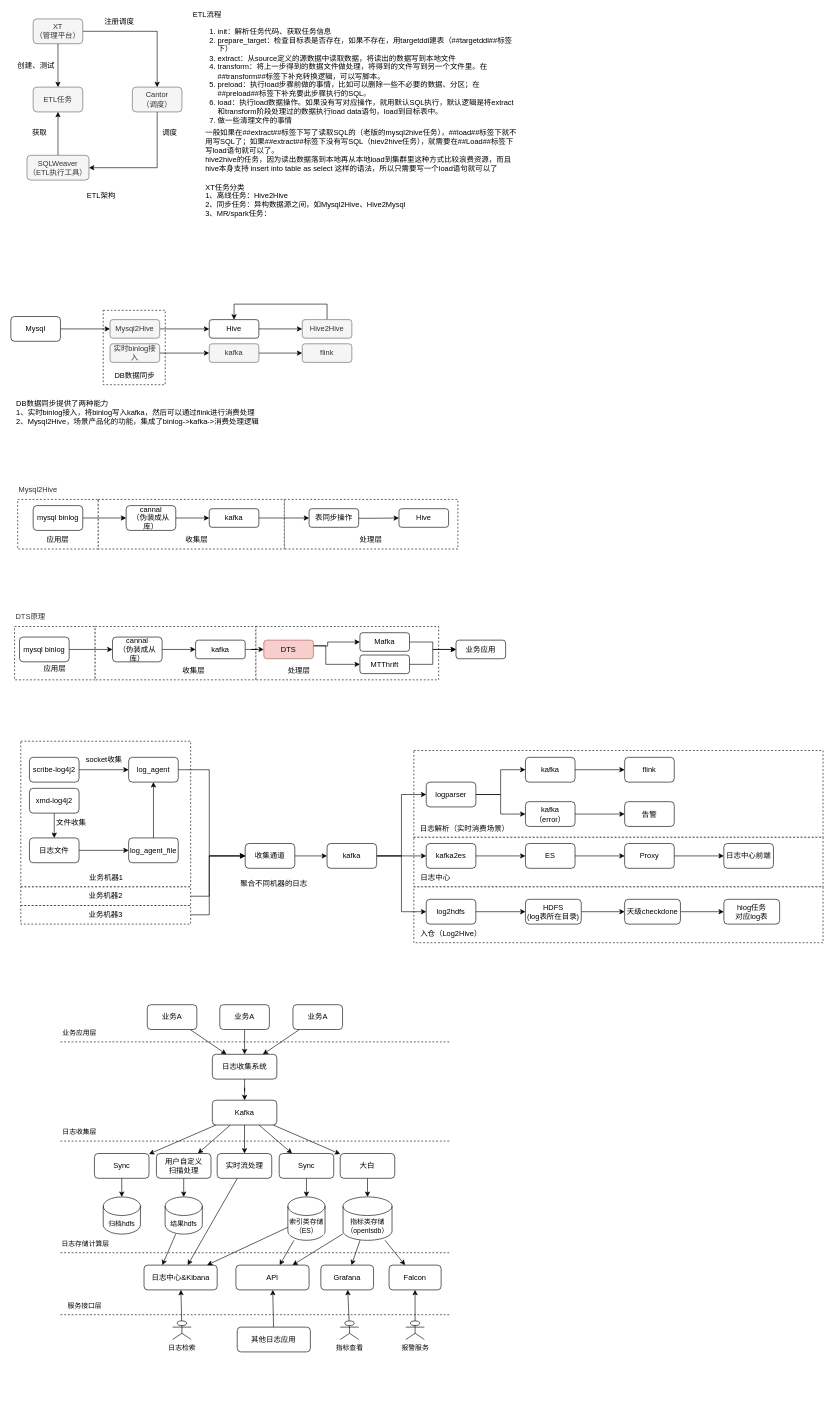
The draw.io diagram MT数据架构.drawio in yamilinqh/spicedb, before the edit. Source tidied: cells renumbered, new cells numbered last; positions are measured from the earlier drawing's top-left corner, leaving out a move shared by most shapes. Both pictures are drawn from the tidied source at 62%, with x=0, y=0 at pixel (11, 12).
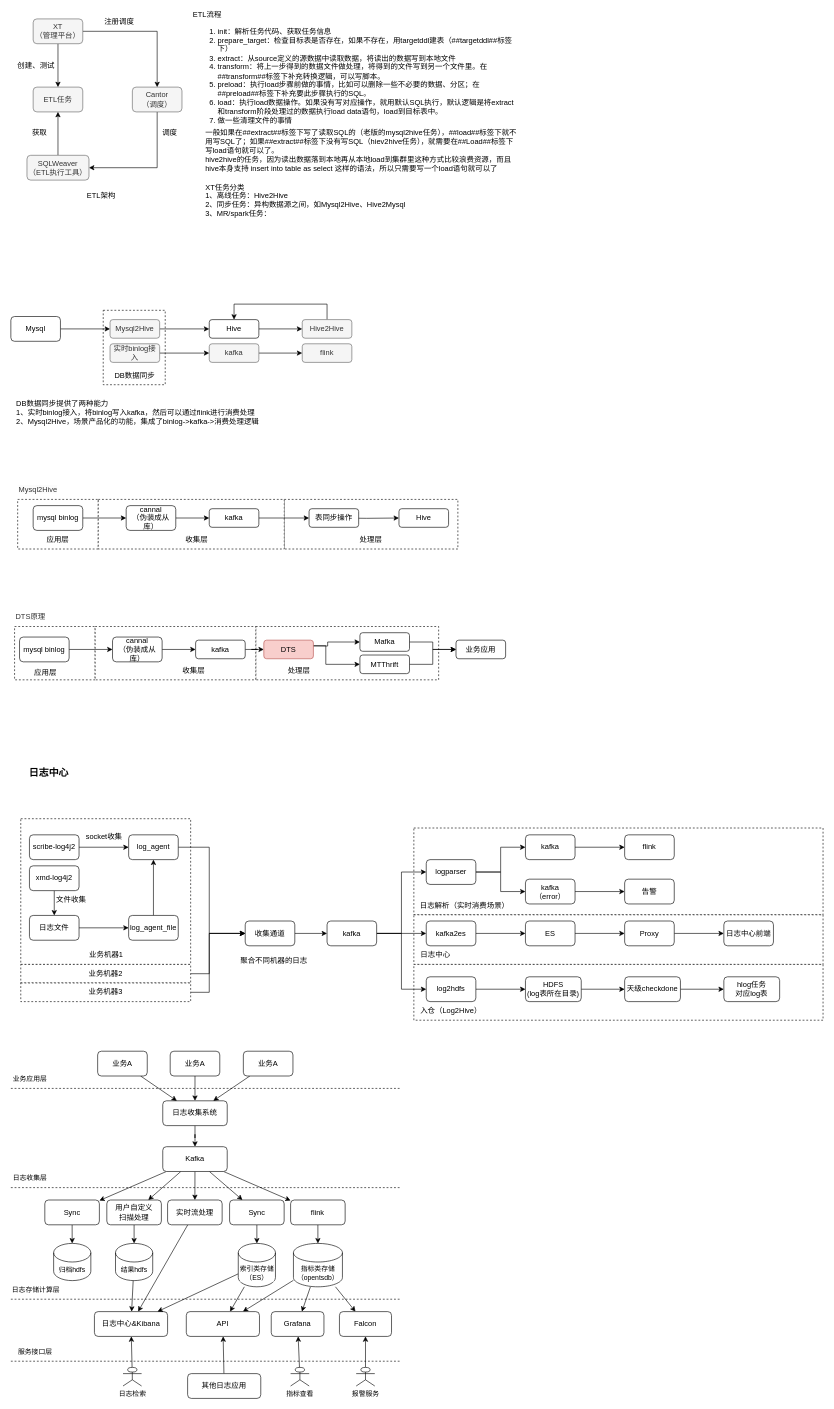
The same diagram, later.

Diff of the diagram source:
```diff
@@
     <mxCell id="2" style="rounded=0;whiteSpace=wrap;html=1;dashed=1;" parent="1" vertex="1">
-      <mxGeometry x="650" y="1190" width="660" height="140" as="geometry" />
+      <mxGeometry x="650" y="1315" width="660" height="140" as="geometry" />
     </mxCell>
     <mxCell id="3" style="rounded=0;whiteSpace=wrap;html=1;dashed=1;" parent="1" vertex="1">
-      <mxGeometry x="650" y="1330" width="660" height="80" as="geometry" />
+      <mxGeometry x="650" y="1455" width="660" height="80" as="geometry" />
     </mxCell>
     <mxCell id="4" value="日志中心" style="text;html=1;align=center;verticalAlign=middle;whiteSpace=wrap;rounded=0;" parent="1" vertex="1">
-      <mxGeometry x="653" y="1380" width="64" height="30" as="geometry" />
+      <mxGeometry x="653" y="1505" width="64" height="30" as="geometry" />
     </mxCell>
     <mxCell id="5" style="rounded=0;whiteSpace=wrap;html=1;dashed=1;" parent="1" vertex="1">
-      <mxGeometry x="650" y="1410" width="660" height="90" as="geometry" />
+      <mxGeometry x="650" y="1535" width="660" height="90" as="geometry" />
     </mxCell>
     <mxCell id="6" style="rounded=0;whiteSpace=wrap;html=1;dashed=1;" parent="1" vertex="1">
-      <mxGeometry x="16" y="1175" width="274" height="235" as="geometry" />
+      <mxGeometry x="16" y="1300" width="274" height="235" as="geometry" />
     </mxCell>
@@
     <mxCell id="57" value="应用层" style="text;html=1;align=center;verticalAlign=middle;whiteSpace=wrap;rounded=0;" parent="1" vertex="1">
-      <mxGeometry x="41" y="1046" width="60" height="24" as="geometry" />
+      <mxGeometry x="26" y="1052" width="60" height="24" as="geometry" />
     </mxCell>
@@
     <mxCell id="77" value="scribe-log4j2" style="rounded=1;whiteSpace=wrap;html=1;" parent="1" vertex="1">
-      <mxGeometry x="30" y="1201" width="80" height="40" as="geometry" />
+      <mxGeometry x="30" y="1326" width="80" height="40" as="geometry" />
     </mxCell>
     <mxCell id="78" style="edgeStyle=orthogonalEdgeStyle;rounded=0;jettySize=auto;html=1;" parent="1" edge="1" source="79" target="87">
       <mxGeometry relative="1" as="geometry">
         <Array as="points">
-          <mxPoint x="320" y="1221" />
-          <mxPoint x="320" y="1360" />
+          <mxPoint x="320" y="1346" />
+          <mxPoint x="320" y="1485" />
         </Array>
       </mxGeometry>
     </mxCell>
     <mxCell id="79" value="log_agent" style="rounded=1;whiteSpace=wrap;html=1;" parent="1" vertex="1">
-      <mxGeometry x="190" y="1201" width="80" height="40" as="geometry" />
+      <mxGeometry x="190" y="1326" width="80" height="40" as="geometry" />
     </mxCell>
@@
     <mxCell id="81" value="xmd-log4j2" style="rounded=1;whiteSpace=wrap;html=1;" parent="1" vertex="1">
-      <mxGeometry x="30" y="1251" width="80" height="40" as="geometry" />
+      <mxGeometry x="30" y="1376" width="80" height="40" as="geometry" />
     </mxCell>
@@
     <mxCell id="83" value="日志文件" style="rounded=1;whiteSpace=wrap;html=1;" parent="1" vertex="1">
-      <mxGeometry x="30" y="1331" width="80" height="40" as="geometry" />
+      <mxGeometry x="30" y="1456" width="80" height="40" as="geometry" />
     </mxCell>
@@
     <mxCell id="85" value="log_agent_file" style="rounded=1;whiteSpace=wrap;html=1;" parent="1" vertex="1">
-      <mxGeometry x="190" y="1331" width="80" height="40" as="geometry" />
+      <mxGeometry x="190" y="1456" width="80" height="40" as="geometry" />
     </mxCell>
@@
     <mxCell id="87" value="收集通道" style="rounded=1;whiteSpace=wrap;html=1;" parent="1" vertex="1">
-      <mxGeometry x="378" y="1340" width="80" height="40" as="geometry" />
+      <mxGeometry x="378" y="1465" width="80" height="40" as="geometry" />
     </mxCell>
@@
     <mxCell id="91" value="kafka" style="rounded=1;whiteSpace=wrap;html=1;" parent="1" vertex="1">
-      <mxGeometry x="510" y="1340" width="80" height="40" as="geometry" />
+      <mxGeometry x="510" y="1465" width="80" height="40" as="geometry" />
     </mxCell>
     <mxCell id="92" value="socket收集" style="text;html=1;align=center;verticalAlign=middle;strokeColor=none;fillColor=none;" parent="1" vertex="1">
-      <mxGeometry x="110" y="1190" width="80" height="30" as="geometry" />
+      <mxGeometry x="110" y="1315" width="80" height="30" as="geometry" />
     </mxCell>
     <mxCell id="93" value="文件收集" style="text;html=1;align=center;verticalAlign=middle;strokeColor=none;fillColor=none;" parent="1" vertex="1">
-      <mxGeometry x="62" y="1291" width="70" height="30" as="geometry" />
+      <mxGeometry x="62" y="1416" width="70" height="30" as="geometry" />
     </mxCell>
     <mxCell id="94" value="业务机器1" style="text;html=1;align=center;verticalAlign=middle;whiteSpace=wrap;rounded=0;" parent="1" vertex="1">
-      <mxGeometry x="124" y="1380" width="60" height="30" as="geometry" />
+      <mxGeometry x="124" y="1505" width="60" height="30" as="geometry" />
     </mxCell>
     <mxCell id="95" style="edgeStyle=orthogonalEdgeStyle;rounded=0;jettySize=auto;html=1;entryX=0;entryY=0.5;entryDx=0;entryDy=0;" parent="1" edge="1" source="96" target="87">
       <mxGeometry relative="1" as="geometry">
         <Array as="points">
-          <mxPoint x="320" y="1425" />
-          <mxPoint x="320" y="1360" />
+          <mxPoint x="320" y="1550" />
+          <mxPoint x="320" y="1485" />
         </Array>
       </mxGeometry>
     </mxCell>
     <mxCell id="96" value="业务机器2" style="rounded=0;whiteSpace=wrap;html=1;dashed=1;" parent="1" vertex="1">
-      <mxGeometry x="16" y="1410" width="274" height="30" as="geometry" />
+      <mxGeometry x="16" y="1535" width="274" height="30" as="geometry" />
     </mxCell>
     <mxCell id="97" style="edgeStyle=orthogonalEdgeStyle;rounded=0;jettySize=auto;html=1;" parent="1" edge="1" source="98" target="87">
       <mxGeometry relative="1" as="geometry">
         <Array as="points">
-          <mxPoint x="320" y="1455" />
-          <mxPoint x="320" y="1360" />
+          <mxPoint x="320" y="1580" />
+          <mxPoint x="320" y="1485" />
         </Array>
       </mxGeometry>
     </mxCell>
     <mxCell id="98" value="业务机器3" style="rounded=0;whiteSpace=wrap;html=1;dashed=1;" parent="1" vertex="1">
-      <mxGeometry x="16" y="1440" width="274" height="30" as="geometry" />
+      <mxGeometry x="16" y="1565" width="274" height="30" as="geometry" />
     </mxCell>
@@
     <mxCell id="100" value="kafka2es" style="rounded=1;whiteSpace=wrap;html=1;" parent="1" vertex="1">
-      <mxGeometry x="670" y="1340" width="80" height="40" as="geometry" />
+      <mxGeometry x="670" y="1465" width="80" height="40" as="geometry" />
     </mxCell>
@@
     <mxCell id="102" value="ES" style="rounded=1;whiteSpace=wrap;html=1;" parent="1" vertex="1">
-      <mxGeometry x="830" y="1340" width="80" height="40" as="geometry" />
+      <mxGeometry x="830" y="1465" width="80" height="40" as="geometry" />
     </mxCell>
@@
     <mxCell id="104" value="Proxy" style="rounded=1;whiteSpace=wrap;html=1;" parent="1" vertex="1">
-      <mxGeometry x="990" y="1340" width="80" height="40" as="geometry" />
+      <mxGeometry x="990" y="1465" width="80" height="40" as="geometry" />
     </mxCell>
     <mxCell id="105" value="日志中心前端" style="rounded=1;whiteSpace=wrap;html=1;" parent="1" vertex="1">
-      <mxGeometry x="1150" y="1340" width="80" height="40" as="geometry" />
+      <mxGeometry x="1150" y="1465" width="80" height="40" as="geometry" />
     </mxCell>
@@
     <mxCell id="107" value="log2hdfs" style="rounded=1;whiteSpace=wrap;html=1;" parent="1" vertex="1">
-      <mxGeometry x="670" y="1430" width="80" height="40" as="geometry" />
+      <mxGeometry x="670" y="1555" width="80" height="40" as="geometry" />
     </mxCell>
@@
     <mxCell id="109" value="HDFS&lt;br&gt;(log表所在目录)" style="rounded=1;whiteSpace=wrap;html=1;" parent="1" vertex="1">
-      <mxGeometry x="830" y="1430" width="90" height="40" as="geometry" />
+      <mxGeometry x="830" y="1555" width="90" height="40" as="geometry" />
     </mxCell>
@@
     <mxCell id="111" value="天级checkdone" style="rounded=1;whiteSpace=wrap;html=1;" parent="1" vertex="1">
-      <mxGeometry x="990" y="1430" width="90" height="40" as="geometry" />
+      <mxGeometry x="990" y="1555" width="90" height="40" as="geometry" />
     </mxCell>
     <mxCell id="112" value="hlog任务&lt;br&gt;对应log表" style="rounded=1;whiteSpace=wrap;html=1;" parent="1" vertex="1">
-      <mxGeometry x="1150" y="1430" width="90" height="40" as="geometry" />
+      <mxGeometry x="1150" y="1555" width="90" height="40" as="geometry" />
     </mxCell>
@@
     <mxCell id="115" value="logparser" style="rounded=1;whiteSpace=wrap;html=1;" parent="1" vertex="1">
-      <mxGeometry x="670" y="1241" width="80" height="40" as="geometry" />
+      <mxGeometry x="670" y="1366" width="80" height="40" as="geometry" />
     </mxCell>
@@
     <mxCell id="117" value="kafka" style="rounded=1;whiteSpace=wrap;html=1;" parent="1" vertex="1">
-      <mxGeometry x="830" y="1201" width="80" height="40" as="geometry" />
+      <mxGeometry x="830" y="1326" width="80" height="40" as="geometry" />
     </mxCell>
@@
     <mxCell id="119" value="kafka&lt;br&gt;（error）" style="rounded=1;whiteSpace=wrap;html=1;" parent="1" vertex="1">
-      <mxGeometry x="830" y="1272.5" width="80" height="40" as="geometry" />
+      <mxGeometry x="830" y="1397.5" width="80" height="40" as="geometry" />
     </mxCell>
     <mxCell id="120" value="flink" style="rounded=1;whiteSpace=wrap;html=1;" parent="1" vertex="1">
-      <mxGeometry x="990" y="1201" width="80" height="40" as="geometry" />
+      <mxGeometry x="990" y="1326" width="80" height="40" as="geometry" />
     </mxCell>
     <mxCell id="121" value="告警" style="rounded=1;whiteSpace=wrap;html=1;" parent="1" vertex="1">
-      <mxGeometry x="990" y="1272.5" width="80" height="40" as="geometry" />
+      <mxGeometry x="990" y="1397.5" width="80" height="40" as="geometry" />
     </mxCell>
     <mxCell id="122" value="入仓（Log2Hive）" style="text;html=1;align=center;verticalAlign=middle;whiteSpace=wrap;rounded=0;" parent="1" vertex="1">
-      <mxGeometry x="653" y="1470" width="114" height="30" as="geometry" />
+      <mxGeometry x="653" y="1595" width="114" height="30" as="geometry" />
     </mxCell>
     <mxCell id="123" value="日志解析（实时消费场景）" style="text;html=1;align=center;verticalAlign=middle;whiteSpace=wrap;rounded=0;" parent="1" vertex="1">
-      <mxGeometry x="654" y="1301" width="156" height="30" as="geometry" />
+      <mxGeometry x="654" y="1426" width="156" height="30" as="geometry" />
     </mxCell>
     <mxCell id="124" value="聚合不同机器的日志" style="text;html=1;align=center;verticalAlign=middle;whiteSpace=wrap;rounded=0;" parent="1" vertex="1">
-      <mxGeometry x="368" y="1390" width="113" height="30" as="geometry" />
+      <mxGeometry x="368" y="1515" width="113" height="30" as="geometry" />
     </mxCell>
@@
     <mxCell id="126" value="日志收集系统" style="rounded=1;whiteSpace=wrap;html=1;" parent="1" vertex="1">
-      <mxGeometry x="325" y="1680" width="104" height="40" as="geometry" />
+      <mxGeometry x="245" y="1755" width="104" height="40" as="geometry" />
     </mxCell>
@@
     <mxCell id="132" value="Kafka" style="rounded=1;whiteSpace=wrap;html=1;" parent="1" vertex="1">
-      <mxGeometry x="325" y="1754" width="104" height="40" as="geometry" />
+      <mxGeometry x="245" y="1829" width="104" height="40" as="geometry" />
     </mxCell>
@@
     <mxCell id="134" value="业务A" style="rounded=1;whiteSpace=wrap;html=1;" parent="1" vertex="1">
-      <mxGeometry x="220" y="1600" width="80" height="40" as="geometry" />
+      <mxGeometry x="140" y="1675" width="80" height="40" as="geometry" />
     </mxCell>
@@
     <mxCell id="136" value="业务A" style="rounded=1;whiteSpace=wrap;html=1;" parent="1" vertex="1">
-      <mxGeometry x="337" y="1600" width="80" height="40" as="geometry" />
+      <mxGeometry x="257" y="1675" width="80" height="40" as="geometry" />
     </mxCell>
@@
     <mxCell id="138" value="业务A" style="rounded=1;whiteSpace=wrap;html=1;" parent="1" vertex="1">
-      <mxGeometry x="455" y="1600" width="80" height="40" as="geometry" />
+      <mxGeometry x="375" y="1675" width="80" height="40" as="geometry" />
     </mxCell>
@@
     <mxCell id="140" value="Sync" style="rounded=1;whiteSpace=wrap;html=1;" parent="1" vertex="1">
-      <mxGeometry x="134.8" y="1840" width="88" height="40" as="geometry" />
+      <mxGeometry x="54.8" y="1915" width="88" height="40" as="geometry" />
     </mxCell>
@@
     <mxCell id="142" value="用户自定义&lt;br&gt;扫描处理" style="rounded=1;whiteSpace=wrap;html=1;" parent="1" vertex="1">
-      <mxGeometry x="234.8" y="1840" width="88" height="40" as="geometry" />
+      <mxGeometry x="154.8" y="1915" width="88" height="40" as="geometry" />
     </mxCell>
@@
     <mxCell id="144" value="实时流处理" style="rounded=1;whiteSpace=wrap;html=1;" parent="1" vertex="1">
-      <mxGeometry x="332.8" y="1840" width="88" height="40" as="geometry" />
+      <mxGeometry x="252.8" y="1915" width="88" height="40" as="geometry" />
     </mxCell>
@@
     <mxCell id="146" value="Sync" style="rounded=1;whiteSpace=wrap;html=1;" parent="1" vertex="1">
-      <mxGeometry x="432.8" y="1840" width="88" height="40" as="geometry" />
+      <mxGeometry x="352.8" y="1915" width="88" height="40" as="geometry" />
     </mxCell>
@@
-    <mxCell id="148" value="大白" style="rounded=1;whiteSpace=wrap;html=1;" parent="1" vertex="1">
-      <mxGeometry x="531.2" y="1840" width="88" height="40" as="geometry" />
+    <mxCell id="148" value="flink" style="rounded=1;whiteSpace=wrap;html=1;" parent="1" vertex="1">
+      <mxGeometry x="451.2" y="1915" width="88" height="40" as="geometry" />
     </mxCell>
     <mxCell id="149" value="归档hdfs" style="shape=cylinder3;whiteSpace=wrap;html=1;boundedLbl=1;backgroundOutline=1;size=15;fontFamily=Helvetica;fontSize=11;fontColor=default;labelBackgroundColor=default;" parent="1" vertex="1">
-      <mxGeometry x="149" y="1910" width="60" height="60" as="geometry" />
+      <mxGeometry x="69" y="1985" width="60" height="60" as="geometry" />
     </mxCell>
-    <mxCell id="150" style="edgeStyle=none;shape=connector;rounded=0;jettySize=auto;html=1;entryX=0.25;entryY=0;entryDx=0;entryDy=0;strokeColor=default;align=center;verticalAlign=middle;fontFamily=Helvetica;fontSize=11;fontColor=default;labelBackgroundColor=default;endArrow=classic;" parent="1" edge="1" source="151" target="152">
+    <mxCell id="150" style="edgeStyle=none;shape=connector;rounded=0;jettySize=auto;html=1;strokeColor=default;align=center;verticalAlign=middle;fontFamily=Helvetica;fontSize=11;fontColor=default;labelBackgroundColor=default;endArrow=classic;" parent="1" edge="1" source="151" target="152">
       <mxGeometry relative="1" as="geometry" />
     </mxCell>
     <mxCell id="151" value="结果hdfs" style="shape=cylinder3;whiteSpace=wrap;html=1;boundedLbl=1;backgroundOutline=1;size=15;fontFamily=Helvetica;fontSize=11;fontColor=default;labelBackgroundColor=default;" parent="1" vertex="1">
-      <mxGeometry x="248.8" y="1910" width="60" height="60" as="geometry" />
+      <mxGeometry x="168.8" y="1985" width="60" height="60" as="geometry" />
     </mxCell>
     <mxCell id="152" value="日志中心&amp;amp;Kibana" style="rounded=1;whiteSpace=wrap;html=1;" parent="1" vertex="1">
-      <mxGeometry x="214.8" y="2020" width="118" height="40" as="geometry" />
+      <mxGeometry x="134.8" y="2095" width="118" height="40" as="geometry" />
     </mxCell>
@@
     <mxCell id="155" value="索引类存储&lt;br&gt;（ES）" style="shape=cylinder3;whiteSpace=wrap;html=1;boundedLbl=1;backgroundOutline=1;size=15;fontFamily=Helvetica;fontSize=11;fontColor=default;labelBackgroundColor=default;" parent="1" vertex="1">
-      <mxGeometry x="446.8" y="1910" width="60" height="70" as="geometry" />
+      <mxGeometry x="366.8" y="1985" width="60" height="70" as="geometry" />
     </mxCell>
@@
     <mxCell id="159" value="指标类存储&lt;br&gt;（opentsdb）" style="shape=cylinder3;whiteSpace=wrap;html=1;boundedLbl=1;backgroundOutline=1;size=15;fontFamily=Helvetica;fontSize=11;fontColor=default;labelBackgroundColor=default;" parent="1" vertex="1">
-      <mxGeometry x="535.8" y="1910" width="79" height="70" as="geometry" />
+      <mxGeometry x="455.8" y="1985" width="79" height="70" as="geometry" />
     </mxCell>
     <mxCell id="160" value="API" style="rounded=1;whiteSpace=wrap;html=1;" parent="1" vertex="1">
-      <mxGeometry x="363" y="2020" width="118" height="40" as="geometry" />
+      <mxGeometry x="283" y="2095" width="118" height="40" as="geometry" />
     </mxCell>
     <mxCell id="161" value="Grafana" style="rounded=1;whiteSpace=wrap;html=1;" parent="1" vertex="1">
-      <mxGeometry x="500" y="2020" width="85" height="40" as="geometry" />
+      <mxGeometry x="420" y="2095" width="85" height="40" as="geometry" />
     </mxCell>
     <mxCell id="162" value="Falcon" style="rounded=1;whiteSpace=wrap;html=1;" parent="1" vertex="1">
-      <mxGeometry x="610" y="2020" width="84" height="40" as="geometry" />
+      <mxGeometry x="530" y="2095" width="84" height="40" as="geometry" />
     </mxCell>
@@
     <mxCell id="164" value="其他日志应用" style="rounded=1;whiteSpace=wrap;html=1;" parent="1" vertex="1">
-      <mxGeometry x="365.1" y="2120" width="118" height="40" as="geometry" />
+      <mxGeometry x="285.1" y="2195" width="118" height="40" as="geometry" />
     </mxCell>
@@
     <mxCell id="166" value="日志检索" style="shape=umlActor;verticalLabelPosition=bottom;verticalAlign=top;html=1;outlineConnect=0;fontFamily=Helvetica;fontSize=11;fontColor=default;labelBackgroundColor=default;" parent="1" vertex="1">
-      <mxGeometry x="260.9" y="2110" width="30" height="30" as="geometry" />
+      <mxGeometry x="180.9" y="2185" width="30" height="30" as="geometry" />
     </mxCell>
@@
     <mxCell id="168" value="指标查看" style="shape=umlActor;verticalLabelPosition=bottom;verticalAlign=top;html=1;outlineConnect=0;fontFamily=Helvetica;fontSize=11;fontColor=default;labelBackgroundColor=default;" parent="1" vertex="1">
-      <mxGeometry x="531.2" y="2110" width="30" height="30" as="geometry" />
+      <mxGeometry x="451.2" y="2185" width="30" height="30" as="geometry" />
     </mxCell>
@@
     <mxCell id="170" value="报警服务" style="shape=umlActor;verticalLabelPosition=bottom;verticalAlign=top;html=1;outlineConnect=0;fontFamily=Helvetica;fontSize=11;fontColor=default;labelBackgroundColor=default;" parent="1" vertex="1">
-      <mxGeometry x="637" y="2110" width="30" height="30" as="geometry" />
+      <mxGeometry x="557" y="2185" width="30" height="30" as="geometry" />
     </mxCell>
     <mxCell id="171" style="endArrow=none;html=1;rounded=0;strokeColor=default;align=center;verticalAlign=middle;fontFamily=Helvetica;fontSize=11;fontColor=default;labelBackgroundColor=default;dashed=1;" parent="1" edge="1">
       <mxGeometry relative="1" as="geometry">
-        <mxPoint x="80" y="1660" as="sourcePoint" />
-        <mxPoint x="710" y="1660" as="targetPoint" />
+        <mxPoint y="1735" as="sourcePoint" />
+        <mxPoint x="630" y="1735" as="targetPoint" />
       </mxGeometry>
     </mxCell>
     <mxCell id="172" style="endArrow=none;html=1;rounded=0;strokeColor=default;align=center;verticalAlign=middle;fontFamily=Helvetica;fontSize=11;fontColor=default;labelBackgroundColor=default;dashed=1;" parent="1" edge="1">
       <mxGeometry relative="1" as="geometry">
-        <mxPoint x="80" y="1820" as="sourcePoint" />
-        <mxPoint x="710" y="1820" as="targetPoint" />
+        <mxPoint y="1895" as="sourcePoint" />
+        <mxPoint x="630" y="1895" as="targetPoint" />
       </mxGeometry>
     </mxCell>
     <mxCell id="173" style="endArrow=none;html=1;rounded=0;strokeColor=default;align=center;verticalAlign=middle;fontFamily=Helvetica;fontSize=11;fontColor=default;labelBackgroundColor=default;dashed=1;" parent="1" edge="1">
       <mxGeometry relative="1" as="geometry">
-        <mxPoint x="80" y="2000" as="sourcePoint" />
-        <mxPoint x="710" y="2000" as="targetPoint" />
+        <mxPoint y="2075" as="sourcePoint" />
+        <mxPoint x="630" y="2075" as="targetPoint" />
       </mxGeometry>
     </mxCell>
     <mxCell id="174" style="endArrow=none;html=1;rounded=0;strokeColor=default;align=center;verticalAlign=middle;fontFamily=Helvetica;fontSize=11;fontColor=default;labelBackgroundColor=default;dashed=1;" parent="1" edge="1">
       <mxGeometry relative="1" as="geometry">
-        <mxPoint x="80" y="2100" as="sourcePoint" />
-        <mxPoint x="710" y="2100" as="targetPoint" />
+        <mxPoint y="2175" as="sourcePoint" />
+        <mxPoint x="630" y="2175" as="targetPoint" />
       </mxGeometry>
     </mxCell>
     <mxCell id="175" value="业务应用层" style="text;html=1;align=center;verticalAlign=middle;whiteSpace=wrap;rounded=0;fontFamily=Helvetica;fontSize=11;fontColor=default;labelBackgroundColor=default;" parent="1" vertex="1">
-      <mxGeometry x="81" y="1630" width="60" height="30" as="geometry" />
+      <mxGeometry x="1" y="1705" width="60" height="30" as="geometry" />
     </mxCell>
     <mxCell id="176" value="日志收集层" style="text;html=1;align=center;verticalAlign=middle;whiteSpace=wrap;rounded=0;fontFamily=Helvetica;fontSize=11;fontColor=default;labelBackgroundColor=default;" parent="1" vertex="1">
-      <mxGeometry x="81" y="1790" width="60" height="30" as="geometry" />
+      <mxGeometry x="1" y="1865" width="60" height="30" as="geometry" />
     </mxCell>
     <mxCell id="177" value="日志存储计算层" style="text;html=1;align=center;verticalAlign=middle;whiteSpace=wrap;rounded=0;fontFamily=Helvetica;fontSize=11;fontColor=default;labelBackgroundColor=default;" parent="1" vertex="1">
-      <mxGeometry x="81" y="1970" width="79" height="30" as="geometry" />
+      <mxGeometry x="1" y="2045" width="79" height="30" as="geometry" />
     </mxCell>
     <mxCell id="178" value="服务接口层" style="text;html=1;align=center;verticalAlign=middle;whiteSpace=wrap;rounded=0;fontFamily=Helvetica;fontSize=11;fontColor=default;labelBackgroundColor=default;" parent="1" vertex="1">
-      <mxGeometry x="80" y="2070" width="79" height="30" as="geometry" />
+      <mxGeometry y="2145" width="79" height="30" as="geometry" />
     </mxCell>
+    <mxCell id="179" value="&lt;b&gt;&lt;font style=&quot;font-size: 16px;&quot;&gt;日志中心&lt;/font&gt;&lt;/b&gt;" style="text;html=1;align=center;verticalAlign=middle;whiteSpace=wrap;rounded=0;fontFamily=Helvetica;fontSize=11;fontColor=default;labelBackgroundColor=default;" parent="1" vertex="1">
+      <mxGeometry x="1.5" y="1210" width="119" height="30" as="geometry" />
+    </mxCell>
```
